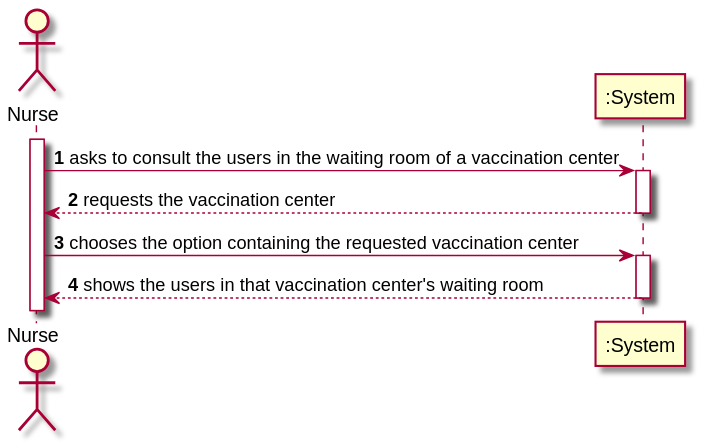
Earlier version of the PlantUML export docs/SprintC/US005/US005_SSD.svg (Pirussa/lei-22-s2-1da-g02).
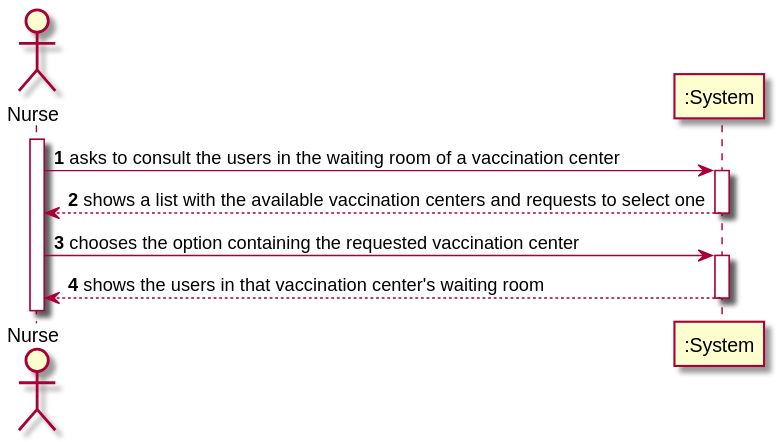
After the commit.

The edit, as a diff of the source:
```diff
@@ -5,7 +5,7 @@
 activate N
 N -> ":System" : asks to consult the users in the waiting room of a vaccination center
 activate ":System"
-":System" --> N : requests the vaccination center
+":System" --> N : shows a list with the available vaccination centers and requests to select one
 deactivate ":System"
 
 N -> ":System" : chooses the option containing the requested vaccination center
```
